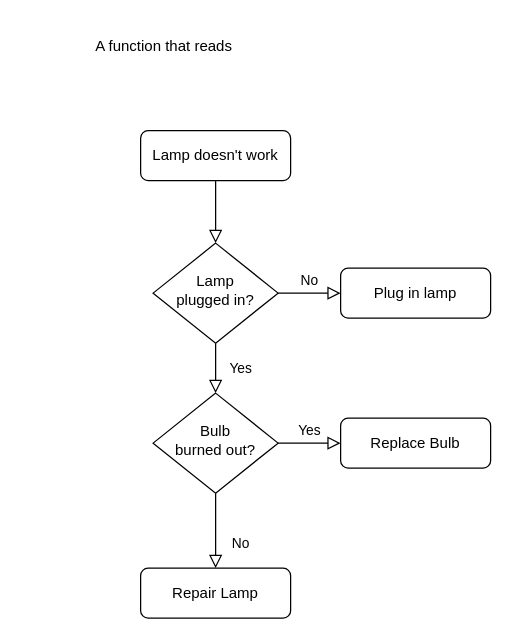
Above: Untitled Diagram.drawio in Zee-2000/Coding-challanges (draw.io), before the change. Source tidied: cells renumbered, new cells numbered last; positions are measured from the earlier drawing's top-left corner, leaving out a move shared by most shapes. Both pictures are drawn from the tidied source at 125%, with x=0, y=0 at pixel (78, 28).
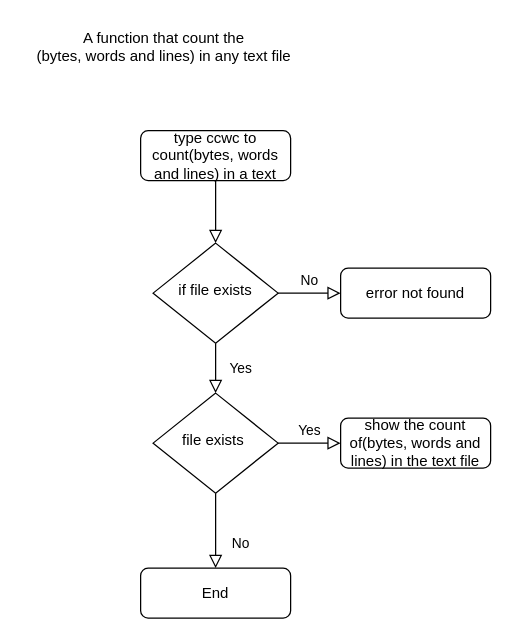
The same diagram, later.

The edit, as a diff of the source:
```diff
@@
 <mxGraphModel>
   <root>
     <mxCell id="0" />
     <mxCell id="1" parent="0" />
     <mxCell id="2" style="rounded=0;html=1;jettySize=auto;fontSize=11;endArrow=block;endFill=0;endSize=8;strokeWidth=1;shadow=0;labelBackgroundColor=none;edgeStyle=orthogonalEdgeStyle;" parent="1" edge="1" source="3" target="6">
       <mxGeometry relative="1" as="geometry" />
     </mxCell>
-    <mxCell id="3" value="Lamp doesn't work" style="rounded=1;whiteSpace=wrap;html=1;fontSize=12;glass=0;strokeWidth=1;shadow=0;" parent="1" vertex="1">
+    <mxCell id="3" value="type ccwc to count(bytes, words and lines) in a text" style="rounded=1;whiteSpace=wrap;html=1;fontSize=12;glass=0;strokeWidth=1;shadow=0;" parent="1" vertex="1">
       <mxGeometry x="50" y="82" width="120" height="40" as="geometry" />
     </mxCell>
     <mxCell id="4" value="Yes" style="rounded=0;html=1;jettySize=auto;fontSize=11;endArrow=block;endFill=0;endSize=8;strokeWidth=1;shadow=0;labelBackgroundColor=none;edgeStyle=orthogonalEdgeStyle;" parent="1" edge="1" source="6" target="10">
       <mxGeometry y="20" relative="1" as="geometry" />
     </mxCell>
     <mxCell id="5" value="No" style="edgeStyle=orthogonalEdgeStyle;rounded=0;html=1;jettySize=auto;fontSize=11;endArrow=block;endFill=0;endSize=8;strokeWidth=1;shadow=0;labelBackgroundColor=none;" parent="1" edge="1" source="6" target="7">
       <mxGeometry y="10" relative="1" as="geometry" />
     </mxCell>
-    <mxCell id="6" value="Lamp&lt;br&gt;plugged in?" style="rhombus;whiteSpace=wrap;html=1;shadow=0;fontFamily=Helvetica;fontSize=12;align=center;strokeWidth=1;spacing=6;spacingTop=-4;" parent="1" vertex="1">
+    <mxCell id="6" value="if file exists" style="rhombus;whiteSpace=wrap;html=1;shadow=0;fontFamily=Helvetica;fontSize=12;align=center;strokeWidth=1;spacing=6;spacingTop=-4;" parent="1" vertex="1">
       <mxGeometry x="60" y="172" width="100" height="80" as="geometry" />
     </mxCell>
-    <mxCell id="7" value="Plug in lamp" style="rounded=1;whiteSpace=wrap;html=1;fontSize=12;glass=0;strokeWidth=1;shadow=0;" parent="1" vertex="1">
+    <mxCell id="7" value="error not found" style="rounded=1;whiteSpace=wrap;html=1;fontSize=12;glass=0;strokeWidth=1;shadow=0;" parent="1" vertex="1">
       <mxGeometry x="210" y="192" width="120" height="40" as="geometry" />
     </mxCell>
     <mxCell id="8" value="No" style="rounded=0;html=1;jettySize=auto;fontSize=11;endArrow=block;endFill=0;endSize=8;strokeWidth=1;shadow=0;labelBackgroundColor=none;edgeStyle=orthogonalEdgeStyle;" parent="1" edge="1" source="10" target="11">
       <mxGeometry x="0.33" y="20" relative="1" as="geometry" />
     </mxCell>
     <mxCell id="9" value="Yes" style="edgeStyle=orthogonalEdgeStyle;rounded=0;html=1;jettySize=auto;fontSize=11;endArrow=block;endFill=0;endSize=8;strokeWidth=1;shadow=0;labelBackgroundColor=none;" parent="1" edge="1" source="10" target="12">
       <mxGeometry y="10" relative="1" as="geometry" />
     </mxCell>
-    <mxCell id="10" value="Bulb&lt;br&gt;burned out?" style="rhombus;whiteSpace=wrap;html=1;shadow=0;fontFamily=Helvetica;fontSize=12;align=center;strokeWidth=1;spacing=6;spacingTop=-4;" parent="1" vertex="1">
+    <mxCell id="10" value="file exists&amp;nbsp;" style="rhombus;whiteSpace=wrap;html=1;shadow=0;fontFamily=Helvetica;fontSize=12;align=center;strokeWidth=1;spacing=6;spacingTop=-4;" parent="1" vertex="1">
       <mxGeometry x="60" y="292" width="100" height="80" as="geometry" />
     </mxCell>
-    <mxCell id="11" value="Repair Lamp" style="rounded=1;whiteSpace=wrap;html=1;fontSize=12;glass=0;strokeWidth=1;shadow=0;" parent="1" vertex="1">
+    <mxCell id="11" value="End" style="rounded=1;whiteSpace=wrap;html=1;fontSize=12;glass=0;strokeWidth=1;shadow=0;" parent="1" vertex="1">
       <mxGeometry x="50" y="432" width="120" height="40" as="geometry" />
     </mxCell>
-    <mxCell id="12" value="Replace Bulb" style="rounded=1;whiteSpace=wrap;html=1;fontSize=12;glass=0;strokeWidth=1;shadow=0;" parent="1" vertex="1">
+    <mxCell id="12" value="show the count of(bytes, words and lines) in the text file" style="rounded=1;whiteSpace=wrap;html=1;fontSize=12;glass=0;strokeWidth=1;shadow=0;" parent="1" vertex="1">
       <mxGeometry x="210" y="312" width="120" height="40" as="geometry" />
     </mxCell>
-    <mxCell id="13" value="A function that reads&amp;nbsp;" style="text;html=1;align=center;verticalAlign=middle;strokeColor=none;fillColor=none;" parent="1" vertex="1">
-      <mxGeometry width="140" height="30" as="geometry" />
+    <mxCell id="13" value="A function that count the&amp;nbsp;&lt;div&gt;(bytes, words and lines) in any text file&amp;nbsp;&lt;/div&gt;" style="text;html=1;align=center;verticalAlign=middle;strokeColor=none;fillColor=none;" parent="1" vertex="1">
+      <mxGeometry x="-45" y="-5" width="230" height="40" as="geometry" />
     </mxCell>
   </root>
 </mxGraphModel>
```
